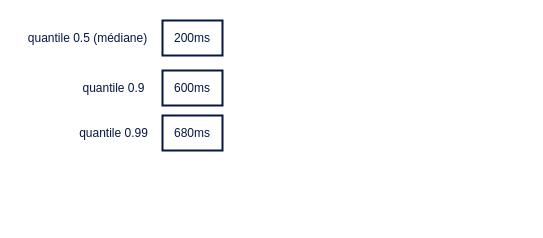
Before: page "Page-5" (2 of 5) of prometheus.drawio in oliv37/prometheus-article, a draw.io diagram. Source tidied: cells renumbered, new cells numbered last; positions are measured from the earlier drawing's top-left corner, leaving out a move shared by most shapes. Both pictures are drawn from the tidied source at 100%, with x=0, y=0 at pixel (17, 20).
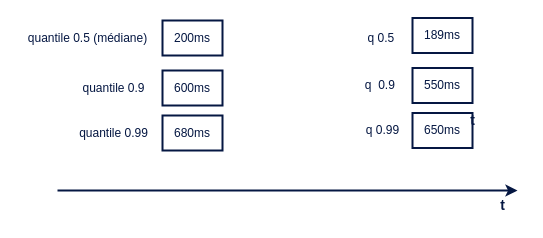
Above is the later version.

What changed in the source:
```diff
@@
 <mxGraphModel>
   <root>
     <mxCell id="0" />
     <mxCell id="1" parent="0" />
     <mxCell id="2" value="&lt;div&gt;200ms&lt;/div&gt;" style="rounded=0;whiteSpace=wrap;html=1;strokeColor=#051742;strokeWidth=2;fontColor=#051742;" parent="1" vertex="1">
       <mxGeometry x="145" width="60" height="35" as="geometry" />
     </mxCell>
     <mxCell id="3" value="quantile 0.5 (médiane) " style="text;html=1;align=center;verticalAlign=middle;fillColor=none;strokeColor=none;rounded=0;strokeWidth=2;fontColor=#051742;" parent="1" vertex="1">
       <mxGeometry y="2.5" width="140" height="30" as="geometry" />
     </mxCell>
     <mxCell id="4" value="quantile 0.9 " style="text;html=1;align=center;verticalAlign=middle;fillColor=none;strokeColor=none;rounded=0;strokeWidth=2;fontColor=#051742;" parent="1" vertex="1">
       <mxGeometry x="51" y="52.5" width="90" height="30" as="geometry" />
     </mxCell>
     <mxCell id="5" value="quantile 0.99 " style="text;html=1;align=center;verticalAlign=middle;fillColor=none;strokeColor=none;rounded=0;strokeWidth=2;fontColor=#051742;" parent="1" vertex="1">
       <mxGeometry x="51" y="97.5" width="90" height="30" as="geometry" />
     </mxCell>
     <mxCell id="6" value="&lt;div&gt;600ms&lt;/div&gt;" style="rounded=0;whiteSpace=wrap;html=1;strokeColor=#051742;strokeWidth=2;fontColor=#051742;" parent="1" vertex="1">
       <mxGeometry x="145" y="50" width="60" height="35" as="geometry" />
     </mxCell>
     <mxCell id="7" value="&lt;div&gt;680ms&lt;/div&gt;" style="rounded=0;whiteSpace=wrap;html=1;strokeColor=#051742;strokeWidth=2;fontColor=#051742;" parent="1" vertex="1">
       <mxGeometry x="145" y="95" width="60" height="35" as="geometry" />
     </mxCell>
+    <mxCell id="8" style="endArrow=classic;html=1;rounded=0;strokeWidth=2;strokeColor=#051742;" parent="1" edge="1">
+      <mxGeometry relative="1" as="geometry">
+        <mxPoint x="40" y="170" as="sourcePoint" />
+        <mxPoint x="500" y="170" as="targetPoint" />
+      </mxGeometry>
+    </mxCell>
+    <mxCell id="9" value="&lt;div&gt;189ms&lt;/div&gt;" style="rounded=0;whiteSpace=wrap;html=1;strokeColor=#051742;strokeWidth=2;fontColor=#051742;" parent="1" vertex="1">
+      <mxGeometry x="395" y="-2.5" width="60" height="35" as="geometry" />
+    </mxCell>
+    <mxCell id="10" value="q 0.5&amp;nbsp; " style="text;html=1;align=center;verticalAlign=middle;fillColor=none;strokeColor=none;rounded=0;strokeWidth=2;fontColor=#051742;" parent="1" vertex="1">
+      <mxGeometry x="340" y="2.5" width="50" height="30" as="geometry" />
+    </mxCell>
+    <mxCell id="11" value="q&amp;nbsp; 0.9&amp;nbsp; " style="text;html=1;align=center;verticalAlign=middle;fillColor=none;strokeColor=none;rounded=0;strokeWidth=2;fontColor=#051742;" parent="1" vertex="1">
+      <mxGeometry x="334" y="50" width="60" height="30" as="geometry" />
+    </mxCell>
+    <mxCell id="12" value="q 0.99 " style="text;html=1;align=center;verticalAlign=middle;fillColor=none;strokeColor=none;rounded=0;strokeWidth=2;fontColor=#051742;" parent="1" vertex="1">
+      <mxGeometry x="335" y="95" width="60" height="30" as="geometry" />
+    </mxCell>
+    <mxCell id="13" value="&lt;div&gt;550ms&lt;/div&gt;" style="rounded=0;whiteSpace=wrap;html=1;strokeColor=#051742;strokeWidth=2;fontColor=#051742;" parent="1" vertex="1">
+      <mxGeometry x="395" y="47.5" width="60" height="35" as="geometry" />
+    </mxCell>
+    <mxCell id="14" value="&lt;div&gt;650ms&lt;/div&gt;" style="rounded=0;whiteSpace=wrap;html=1;strokeColor=#051742;strokeWidth=2;fontColor=#051742;" parent="1" vertex="1">
+      <mxGeometry x="395" y="92.5" width="60" height="35" as="geometry" />
+    </mxCell>
+    <mxCell id="15" value="&lt;font style=&quot;font-size: 14px;&quot;&gt;t&lt;/font&gt;" style="text;html=1;align=center;verticalAlign=middle;fillColor=none;strokeColor=none;rounded=0;strokeWidth=2;fontSize=10;fontColor=#051742;fontStyle=1;" parent="1" vertex="1">
+      <mxGeometry x="440" y="85" width="30" height="30" as="geometry" />
+    </mxCell>
+    <mxCell id="16" value="&lt;font style=&quot;font-size: 14px;&quot;&gt;t&lt;/font&gt;" style="text;html=1;align=center;verticalAlign=middle;fillColor=none;strokeColor=none;rounded=0;strokeWidth=2;fontSize=10;fontColor=#051742;fontStyle=1;labelBackgroundColor=default;" parent="1" vertex="1">
+      <mxGeometry x="470" y="170" width="30" height="30" as="geometry" />
+    </mxCell>
   </root>
 </mxGraphModel>
```
